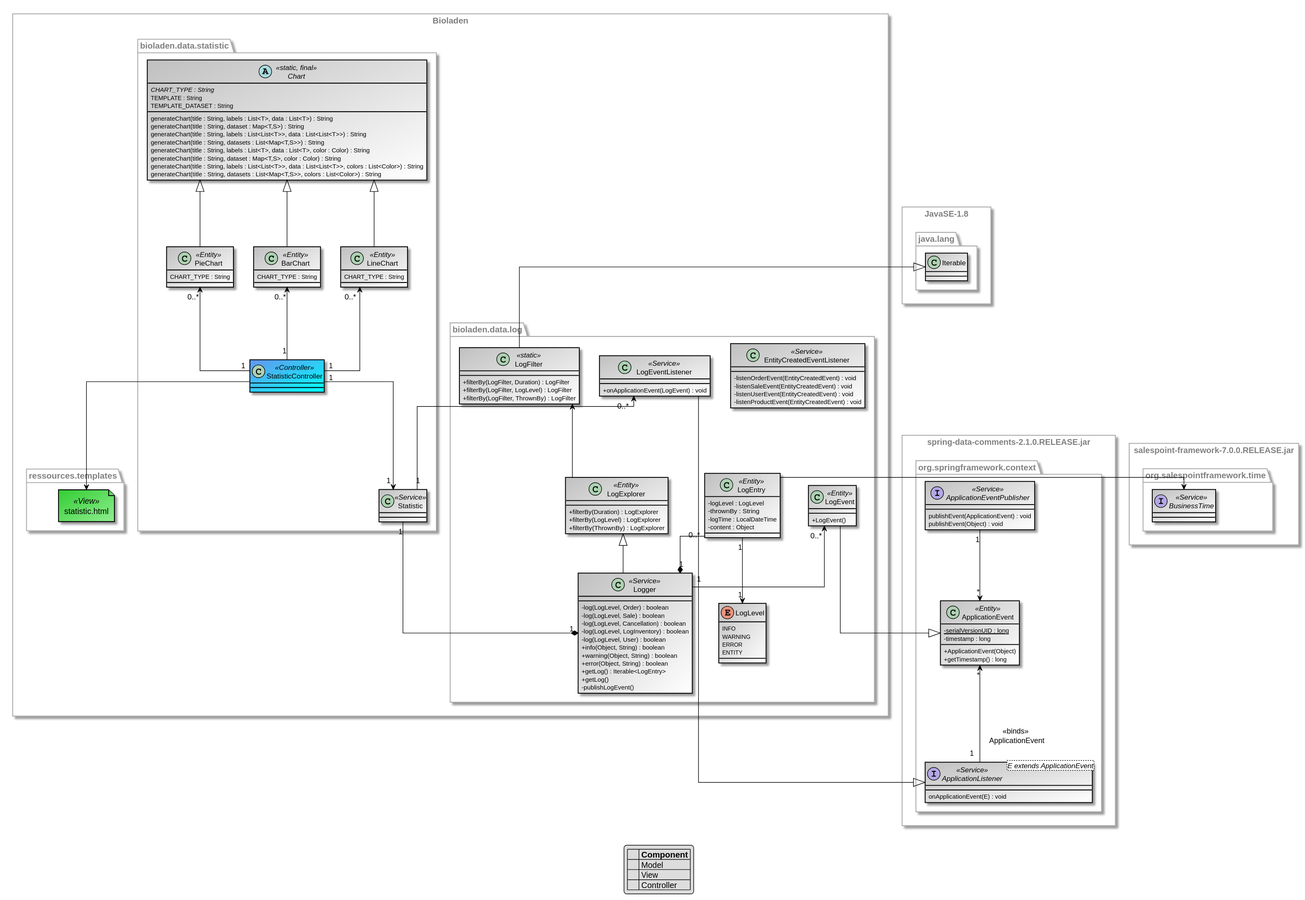
Before: src/main/asciidoc/models/design/DesignDataDepartment.svg, a diagram exported from PlantUML (LimitlessGreen/swt18w43).
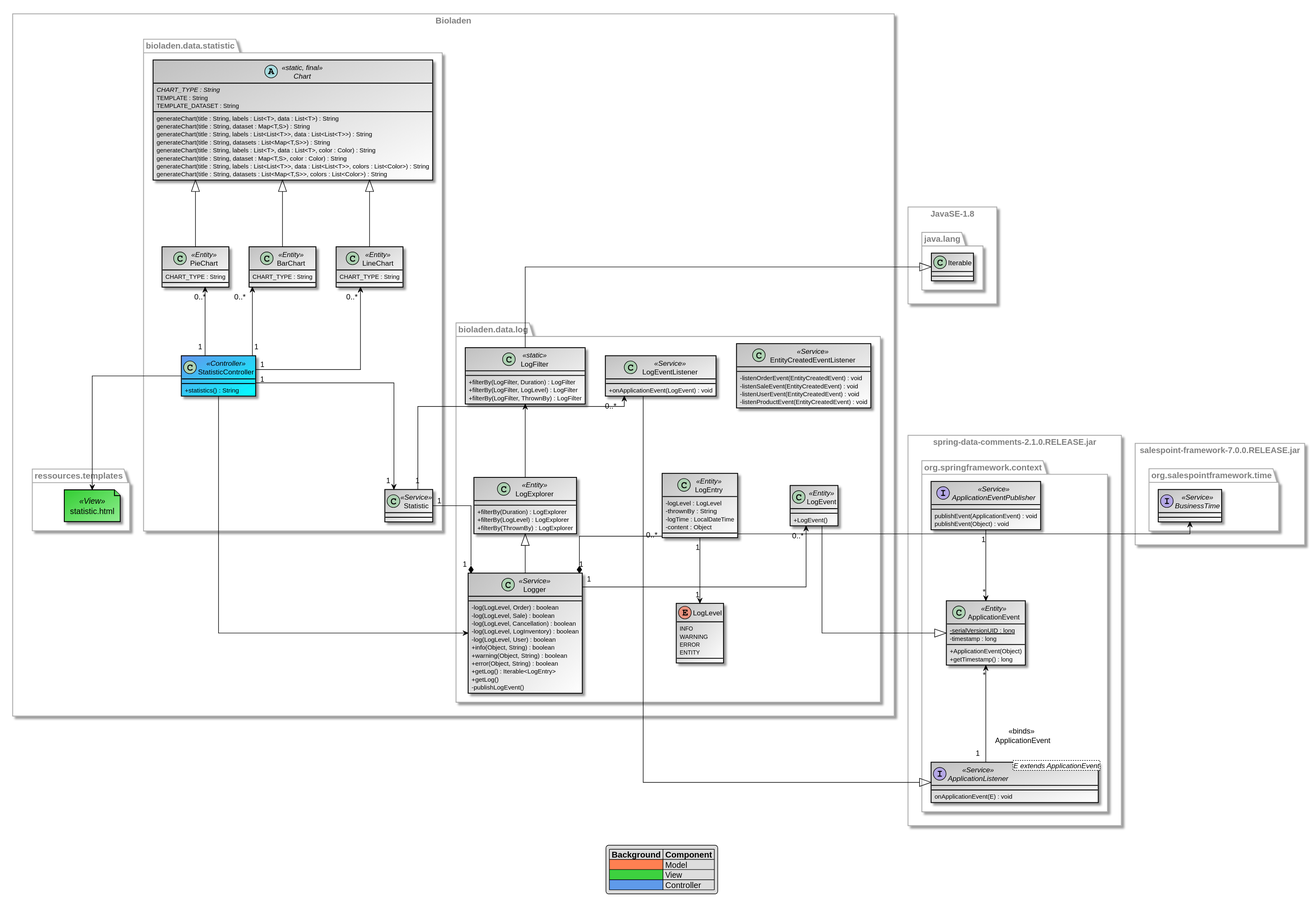
After the change.

Commit message:
[Design] modified and added Methods

Diff of the diagram source:
```diff
@@ -20,10 +20,10 @@
 skinparam linetype ortho
 
 legend
-|= | Component |
-|<back:#fe8052>     </back>| Model |
-|<back:#3dd13f>     </back>| View |
-|<back:#5f9aea>     </back>| Controller |
+| Background | Component |
+|<#fe8052>     | Model |
+|<#3dd13f>     | View |
+|<#5f9aea>     | Controller |
 endlegend
 
 
@@ -110,8 +110,8 @@
     }
 
     namespace bioladen.data.statistic {
-       class StatisticController <<Controller>> {
-
+        class StatisticController <<Controller>> {
+            +statistics() : String
         }
 
         abstract class Chart <<static, final>>{
@@ -149,6 +149,7 @@
         BarChart "0..*" <-- "1" StatisticController
         StatisticController "1" --> "1" Statistic
         Statistic "1" --* "1" bioladen.data.log.Logger
+        StatisticController --> bioladen.data.log.Logger
 
 
     }
```
